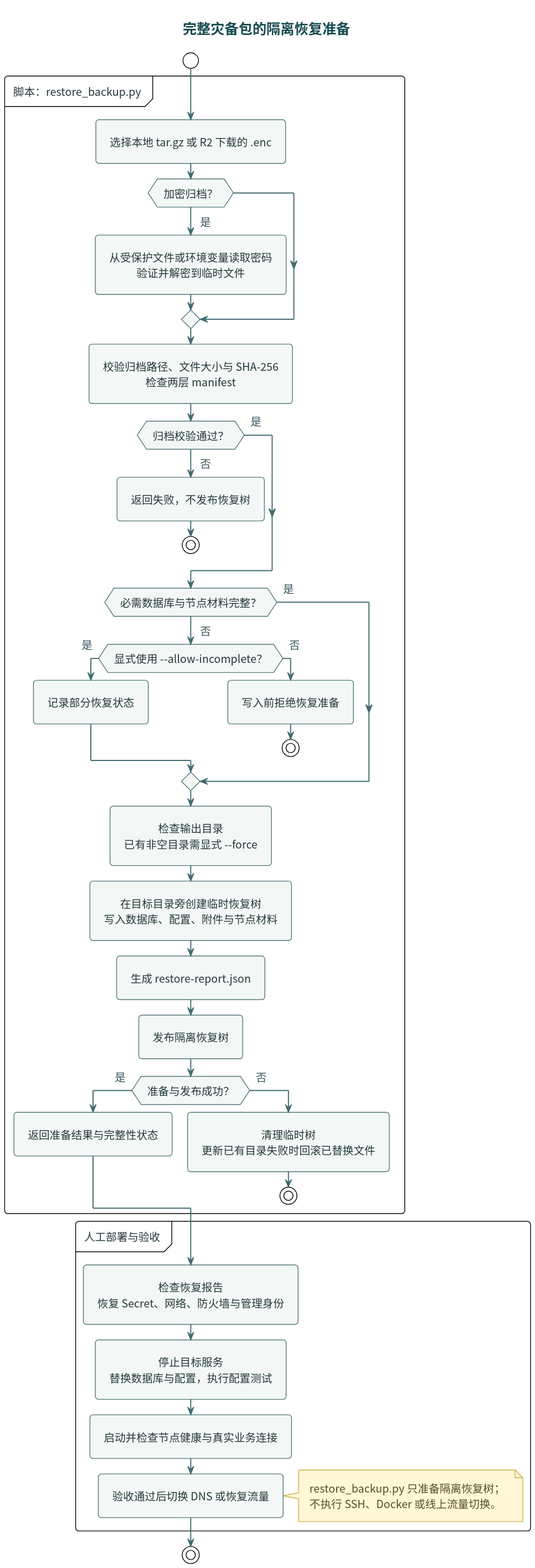
The PlantUML diagram docs/diagrams/disaster-restore-preparation.svg in i-zrhe2016/ai-routing-panel, before a commit.
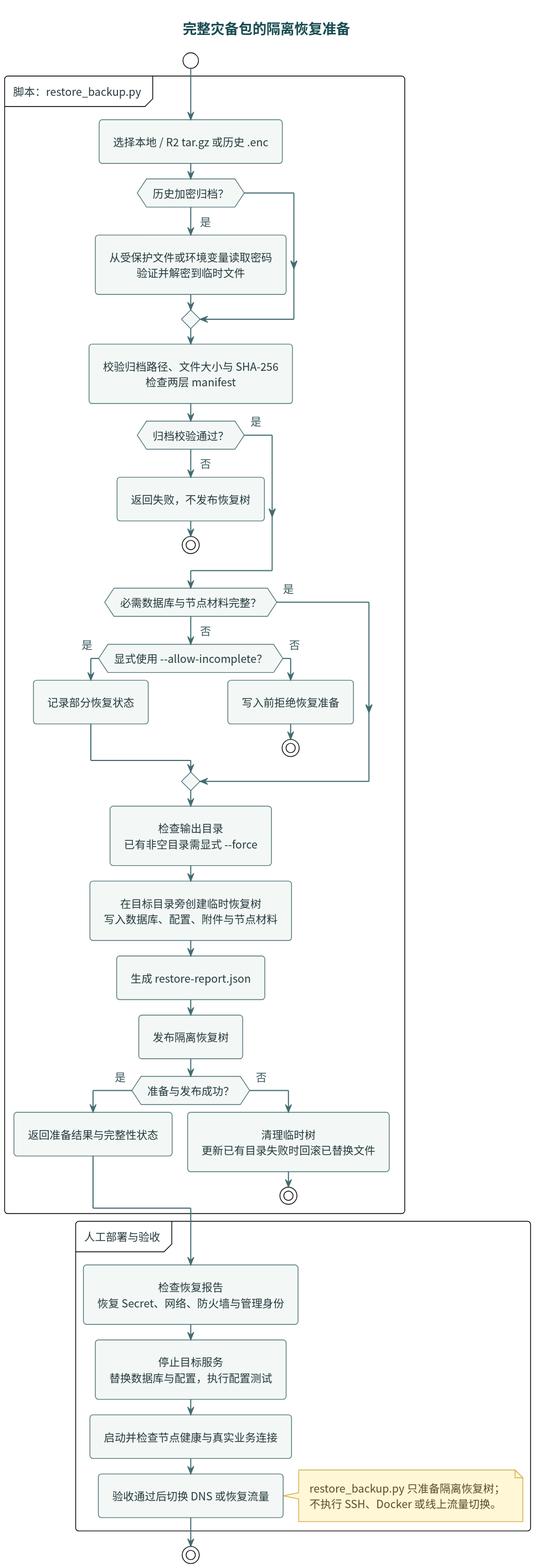
Later version of the same file.

The edit, as a diff of the source:
```diff
@@ -4,8 +4,8 @@
 
 start
 partition "脚本：restore_backup.py" {
-:选择本地 tar.gz 或 R2 下载的 .enc;
-if (加密归档？) then (是)
+:选择本地 / R2 tar.gz 或历史 .enc;
+if (历史加密归档？) then (是)
   :从受保护文件或环境变量读取密码\n验证并解密到临时文件;
 endif
 :校验归档路径、文件大小与 SHA-256\n检查两层 manifest;
```
